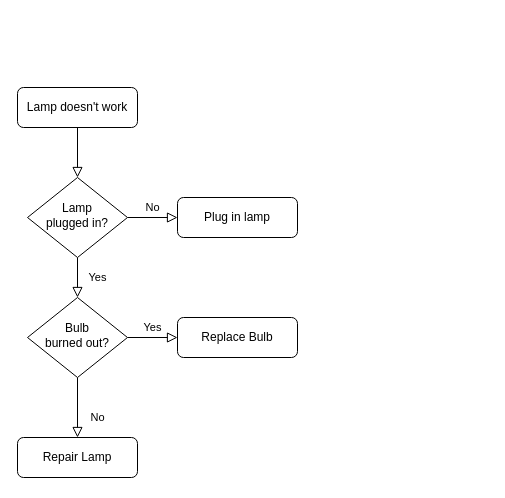
Before: Untitled Diagram.drawio in gnanadeep/flow, a draw.io diagram. Source tidied: cells renumbered, new cells numbered last; positions are measured from the earlier drawing's top-left corner, leaving out a move shared by most shapes. Both pictures are drawn from the tidied source at 100%, with x=0, y=0 at pixel (17, 87).
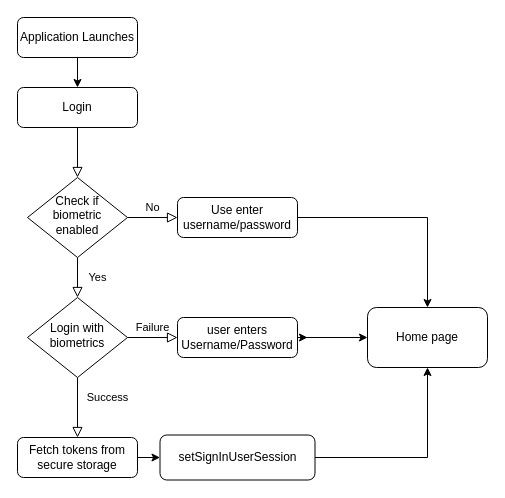
The same page after the edit.

Change to the diagram source:
```diff
@@
-    <mxCell id="3" value="Lamp doesn't work" style="rounded=1;whiteSpace=wrap;html=1;fontSize=12;glass=0;strokeWidth=1;shadow=0;" parent="1" vertex="1">
+    <mxCell id="3" value="Login" style="rounded=1;whiteSpace=wrap;html=1;fontSize=12;glass=0;strokeWidth=1;shadow=0;" parent="1" vertex="1">
       <mxGeometry width="120" height="40" as="geometry" />
     </mxCell>
@@
-    <mxCell id="6" value="Lamp&lt;br&gt;plugged in?" style="rhombus;whiteSpace=wrap;html=1;shadow=0;fontFamily=Helvetica;fontSize=12;align=center;strokeWidth=1;spacing=6;spacingTop=-4;" parent="1" vertex="1">
+    <mxCell id="6" value="Check if biometric enabled" style="rhombus;whiteSpace=wrap;html=1;shadow=0;fontFamily=Helvetica;fontSize=12;align=center;strokeWidth=1;spacing=6;spacingTop=-4;" parent="1" vertex="1">
       <mxGeometry x="10" y="90" width="100" height="80" as="geometry" />
     </mxCell>
+    <mxCell id="13" style="edgeStyle=orthogonalEdgeStyle;rounded=0;jettySize=auto;html=1;entryX=0.5;entryY=0;entryDx=0;entryDy=0;" parent="1" edge="1" source="7" target="21">
+      <mxGeometry relative="1" as="geometry" />
+    </mxCell>
-    <mxCell id="7" value="Plug in lamp" style="rounded=1;whiteSpace=wrap;html=1;fontSize=12;glass=0;strokeWidth=1;shadow=0;" parent="1" vertex="1">
+    <mxCell id="7" value="Use enter username/password" style="rounded=1;whiteSpace=wrap;html=1;fontSize=12;glass=0;strokeWidth=1;shadow=0;" parent="1" vertex="1">
       <mxGeometry x="160" y="110" width="120" height="40" as="geometry" />
     </mxCell>
-    <mxCell id="8" value="No" style="rounded=0;html=1;jettySize=auto;fontSize=11;endArrow=block;endFill=0;endSize=8;strokeWidth=1;shadow=0;labelBackgroundColor=none;edgeStyle=orthogonalEdgeStyle;" parent="1" edge="1" source="10" target="11">
-      <mxGeometry x="0.33" y="20" relative="1" as="geometry" />
+    <mxCell id="8" value="Success" style="rounded=0;html=1;jettySize=auto;fontSize=11;endArrow=block;endFill=0;endSize=8;strokeWidth=1;shadow=0;labelBackgroundColor=none;edgeStyle=orthogonalEdgeStyle;" parent="1" edge="1" source="10" target="11">
+      <mxGeometry x="-0.33" y="30" relative="1" as="geometry" />
     </mxCell>
-    <mxCell id="9" value="Yes" style="edgeStyle=orthogonalEdgeStyle;rounded=0;html=1;jettySize=auto;fontSize=11;endArrow=block;endFill=0;endSize=8;strokeWidth=1;shadow=0;labelBackgroundColor=none;" parent="1" edge="1" source="10" target="12">
+    <mxCell id="9" value="Failure" style="edgeStyle=orthogonalEdgeStyle;rounded=0;html=1;jettySize=auto;fontSize=11;endArrow=block;endFill=0;endSize=8;strokeWidth=1;shadow=0;labelBackgroundColor=none;" parent="1" edge="1" source="10" target="12">
       <mxGeometry y="10" relative="1" as="geometry" />
     </mxCell>
-    <mxCell id="10" value="Bulb&lt;br&gt;burned out?" style="rhombus;whiteSpace=wrap;html=1;shadow=0;fontFamily=Helvetica;fontSize=12;align=center;strokeWidth=1;spacing=6;spacingTop=-4;" parent="1" vertex="1">
+    <mxCell id="10" value="Login with biometrics" style="rhombus;whiteSpace=wrap;html=1;shadow=0;fontFamily=Helvetica;fontSize=12;align=center;strokeWidth=1;spacing=6;spacingTop=-4;" parent="1" vertex="1">
       <mxGeometry x="10" y="210" width="100" height="80" as="geometry" />
     </mxCell>
+    <mxCell id="14" style="edgeStyle=orthogonalEdgeStyle;rounded=0;jettySize=auto;html=1;" parent="1" edge="1" source="11" target="20">
+      <mxGeometry relative="1" as="geometry" />
+    </mxCell>
-    <mxCell id="11" value="Repair Lamp" style="rounded=1;whiteSpace=wrap;html=1;fontSize=12;glass=0;strokeWidth=1;shadow=0;" parent="1" vertex="1">
+    <mxCell id="11" value="Fetch tokens from secure storage" style="rounded=1;whiteSpace=wrap;html=1;fontSize=12;glass=0;strokeWidth=1;shadow=0;" parent="1" vertex="1">
       <mxGeometry y="350" width="120" height="40" as="geometry" />
     </mxCell>
+    <mxCell id="15" style="edgeStyle=orthogonalEdgeStyle;rounded=0;jettySize=auto;html=1;exitX=1;exitY=0.5;exitDx=0;exitDy=0;" parent="1" edge="1" source="12">
+      <mxGeometry relative="1" as="geometry">
+        <mxPoint x="290" y="249.7" as="targetPoint" />
+      </mxGeometry>
+    </mxCell>
+    <mxCell id="16" style="edgeStyle=orthogonalEdgeStyle;rounded=0;jettySize=auto;html=1;" parent="1" edge="1" source="12" target="21">
+      <mxGeometry relative="1" as="geometry" />
+    </mxCell>
-    <mxCell id="12" value="Replace Bulb" style="rounded=1;whiteSpace=wrap;html=1;fontSize=12;glass=0;strokeWidth=1;shadow=0;" parent="1" vertex="1">
+    <mxCell id="12" value="user enters Username/Password" style="rounded=1;whiteSpace=wrap;html=1;fontSize=12;glass=0;strokeWidth=1;shadow=0;" parent="1" vertex="1">
       <mxGeometry x="160" y="230" width="120" height="40" as="geometry" />
     </mxCell>
+    <mxCell id="17" style="edgeStyle=orthogonalEdgeStyle;rounded=0;jettySize=auto;html=1;" parent="1" edge="1" source="18" target="3">
+      <mxGeometry relative="1" as="geometry" />
+    </mxCell>
+    <mxCell id="18" value="Application Launches" style="rounded=1;whiteSpace=wrap;html=1;fontSize=12;glass=0;strokeWidth=1;shadow=0;" parent="1" vertex="1">
+      <mxGeometry y="-70" width="120" height="40" as="geometry" />
+    </mxCell>
+    <mxCell id="19" style="edgeStyle=orthogonalEdgeStyle;rounded=0;jettySize=auto;html=1;entryX=0.5;entryY=1;entryDx=0;entryDy=0;" parent="1" edge="1" source="20" target="21">
+      <mxGeometry relative="1" as="geometry" />
+    </mxCell>
+    <mxCell id="20" value="setSignInUserSession" style="whiteSpace=wrap;html=1;rounded=1;glass=0;strokeWidth=1;shadow=0;" parent="1" vertex="1">
+      <mxGeometry x="142.5" y="347.5" width="155" height="45" as="geometry" />
+    </mxCell>
+    <mxCell id="21" value="Home page" style="rounded=1;whiteSpace=wrap;html=1;" parent="1" vertex="1">
+      <mxGeometry x="350" y="220" width="120" height="60" as="geometry" />
+    </mxCell>
```
